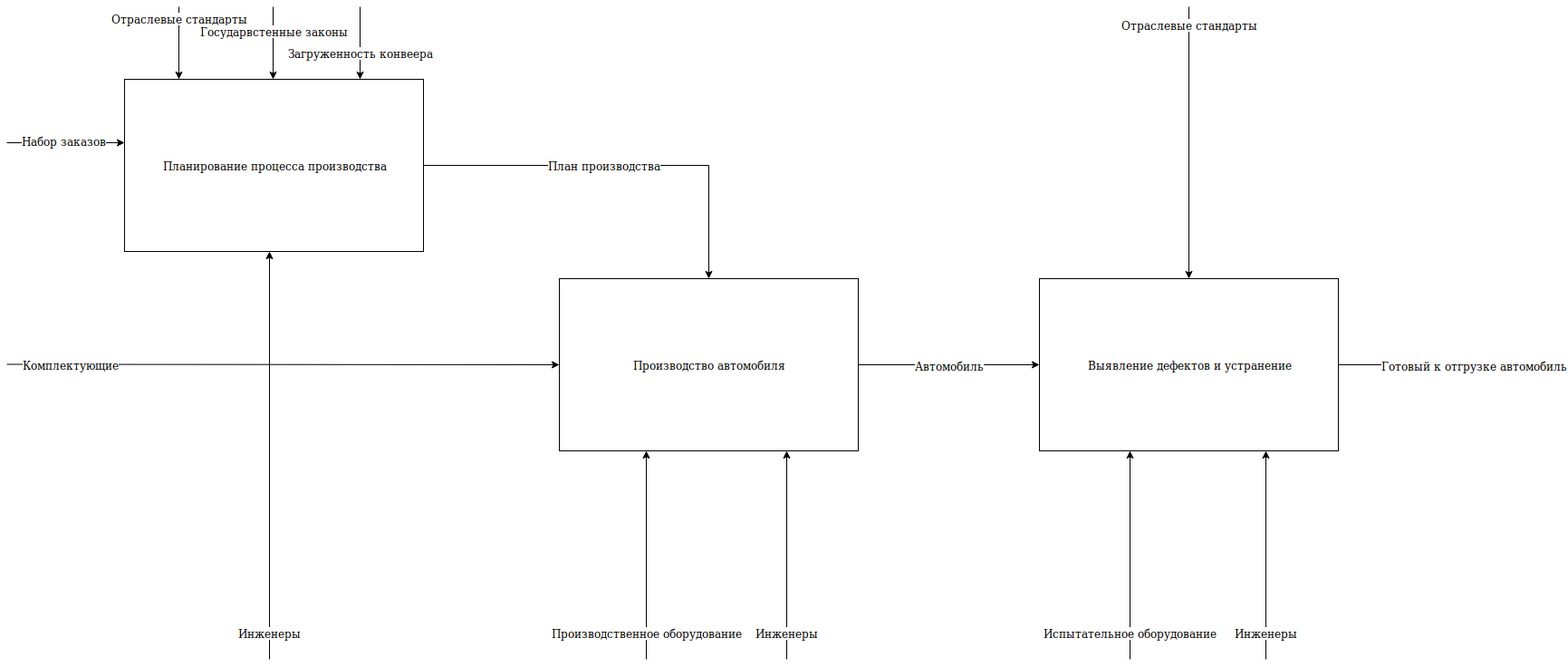
Earlier version of the draw.io export diagrams/idef0_1.png (akhoroshev/se-architecture-course). Source tidied: cells renumbered, new cells last; positions are measured from the earlier drawing's top-left corner, leaving out a move shared by most shapes.
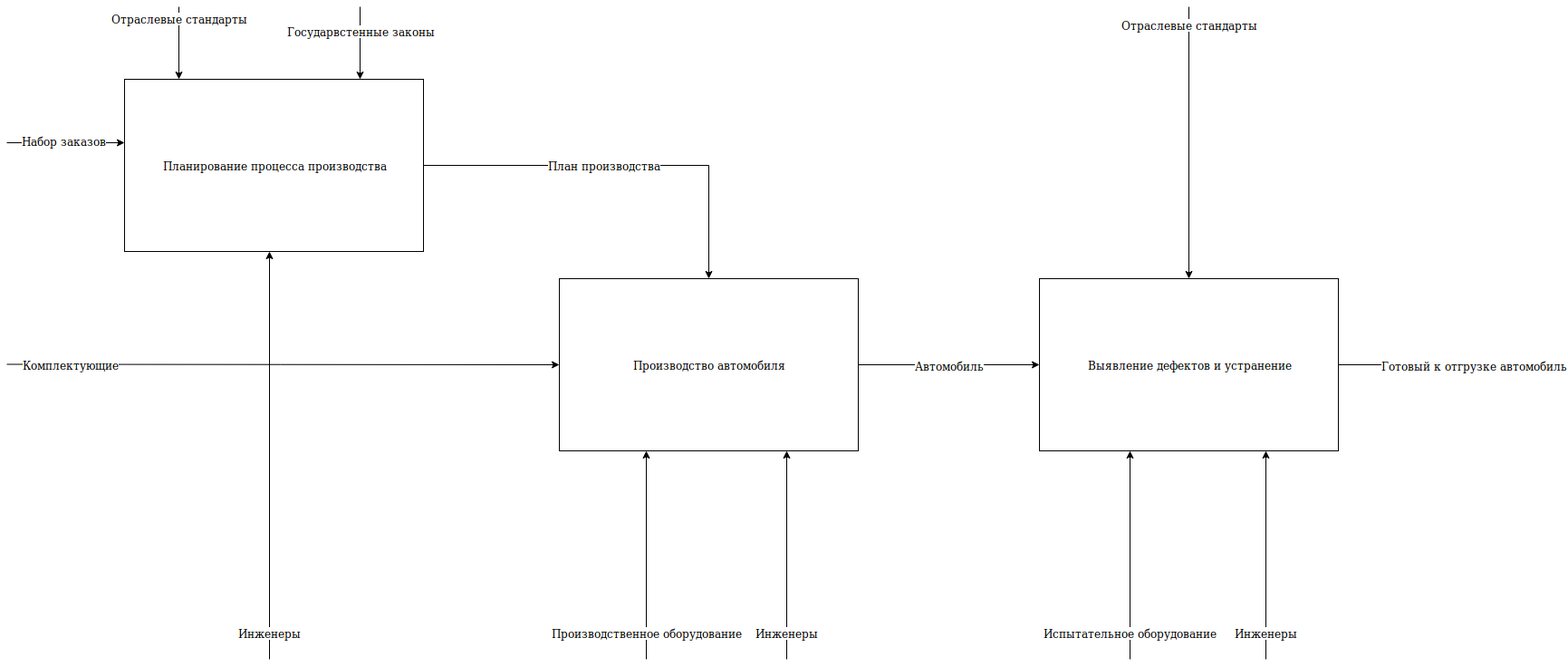
After the commit.

Change to the diagram source:
```diff
@@ -57,8 +57,8 @@
     </mxCell>
     <mxCell id="14" style="endArrow=classic;html=1;" parent="1" edge="1">
       <mxGeometry relative="1" as="geometry">
-        <mxPoint x="294" as="sourcePoint" />
-        <mxPoint x="294" y="80" as="targetPoint" />
+        <mxPoint x="390" as="sourcePoint" />
+        <mxPoint x="390" y="80" as="targetPoint" />
       </mxGeometry>
     </mxCell>
     <mxCell id="15" value="Государвстенные законы" style="text;html=1;align=center;verticalAlign=middle;labelBackgroundColor=#ffffff;" parent="14" vertex="1">
@@ -75,17 +75,6 @@
         <mxPoint y="141" as="offset" />
       </mxGeometry>
     </mxCell>
-    <mxCell id="18" style="endArrow=classic;html=1;" parent="1" edge="1">
-      <mxGeometry relative="1" as="geometry">
-        <mxPoint x="390" as="sourcePoint" />
-        <mxPoint x="390" y="80" as="targetPoint" />
-      </mxGeometry>
-    </mxCell>
-    <mxCell id="19" value="Загруженность конвеера" style="text;html=1;align=center;verticalAlign=middle;labelBackgroundColor=#ffffff;" parent="18" vertex="1">
-      <mxGeometry x="-0.35" y="1" relative="1" as="geometry">
-        <mxPoint x="-1" y="24" as="offset" />
-      </mxGeometry>
-    </mxCell>
     <mxCell id="20" style="endArrow=classic;html=1;entryX=0;entryY=0.5;entryDx=0;entryDy=0;" parent="1" edge="1" target="7">
       <mxGeometry relative="1" as="geometry">
         <mxPoint y="394.5" as="sourcePoint" />
```
